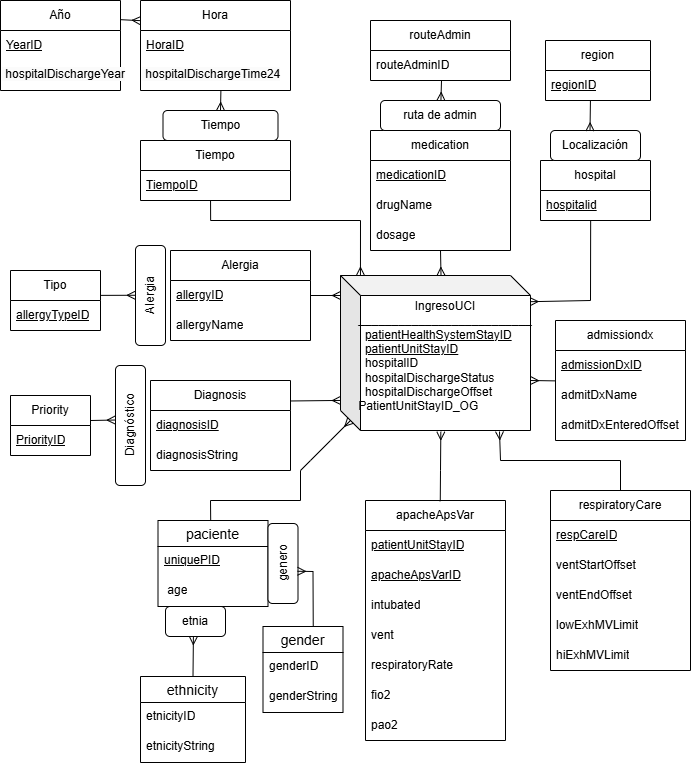
Above: Reporte_2/image/diagrama_correcicones.png in Diegodepab/almac-n_UCI_Sanitaria (draw.io), before the change. Source tidied: cells renumbered, new cells last; positions are measured from the earlier drawing's top-left corner, leaving out a move shared by most shapes.
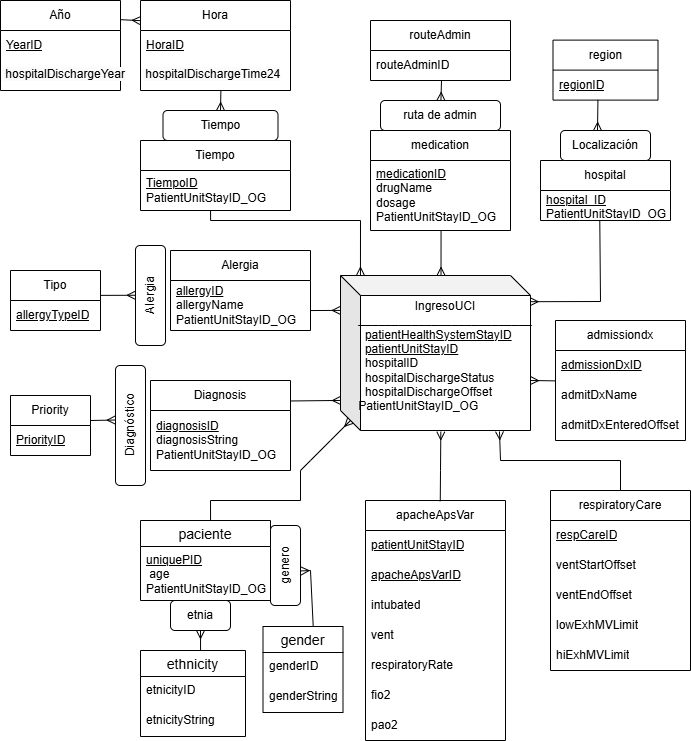
The same diagram one commit later.

Diff of the diagram source:
```diff
@@ -6,23 +6,17 @@
       <mxGeometry x="340" y="275" width="190" height="155" as="geometry" />
     </mxCell>
     <mxCell id="3" value="hospital" style="swimlane;fontStyle=0;horizontal=1;startSize=30;whiteSpace=wrap;html=1;" parent="1" vertex="1">
-      <mxGeometry x="540" y="160" width="110" height="60" as="geometry" />
+      <mxGeometry x="540" y="160" width="130" height="60" as="geometry" />
     </mxCell>
-    <mxCell id="4" value="&lt;u&gt;hospitalid&lt;/u&gt;" style="text;strokeColor=none;fillColor=none;align=left;verticalAlign=middle;spacingLeft=4;spacingRight=4;overflow=hidden;points=[[0,0.5],[1,0.5]];portConstraint=eastwest;whiteSpace=wrap;html=1;" parent="3" vertex="1">
-      <mxGeometry y="30" width="110" height="30" as="geometry" />
+    <mxCell id="4" value="&lt;u&gt;hospital_ID&lt;/u&gt;&lt;div&gt;&lt;div&gt;PatientUnitStayID_OG&lt;/div&gt;&lt;/div&gt;" style="text;strokeColor=none;fillColor=none;align=left;verticalAlign=middle;spacingLeft=4;spacingRight=4;overflow=hidden;points=[[0,0.5],[1,0.5]];portConstraint=eastwest;whiteSpace=wrap;html=1;" parent="3" vertex="1">
+      <mxGeometry y="30" width="130" height="30" as="geometry" />
     </mxCell>
     <mxCell id="5" value="medication" style="swimlane;fontStyle=0;horizontal=1;startSize=30;whiteSpace=wrap;html=1;" parent="1" vertex="1">
-      <mxGeometry x="370" y="130" width="140" height="120" as="geometry" />
+      <mxGeometry x="370" y="130" width="140" height="100" as="geometry" />
     </mxCell>
-    <mxCell id="6" value="&lt;u&gt;medicationID&lt;/u&gt;" style="text;strokeColor=none;fillColor=none;align=left;verticalAlign=middle;spacingLeft=4;spacingRight=4;overflow=hidden;points=[[0,0.5],[1,0.5]];portConstraint=eastwest;whiteSpace=wrap;html=1;" parent="5" vertex="1">
-      <mxGeometry y="30" width="140" height="30" as="geometry" />
+    <mxCell id="6" value="&lt;u&gt;medicationID&lt;/u&gt;&lt;div&gt;drugName&lt;div&gt;dosage&lt;div&gt;PatientUnitStayID_OG&lt;/div&gt;&lt;/div&gt;&lt;/div&gt;" style="text;strokeColor=none;fillColor=none;align=left;verticalAlign=middle;spacingLeft=4;spacingRight=4;overflow=hidden;points=[[0,0.5],[1,0.5]];portConstraint=eastwest;whiteSpace=wrap;html=1;" parent="5" vertex="1">
+      <mxGeometry y="30" width="140" height="70" as="geometry" />
     </mxCell>
-    <mxCell id="7" value="drugName" style="text;strokeColor=none;fillColor=none;align=left;verticalAlign=middle;spacingLeft=4;spacingRight=4;overflow=hidden;whiteSpace=wrap;html=1;" parent="5" vertex="1">
-      <mxGeometry y="60" width="140" height="30" as="geometry" />
-    </mxCell>
-    <mxCell id="8" value="dosage" style="text;strokeColor=none;fillColor=none;align=left;verticalAlign=middle;spacingLeft=4;spacingRight=4;overflow=hidden;points=[[0,0.5],[1,0.5]];portConstraint=eastwest;whiteSpace=wrap;html=1;" parent="5" vertex="1">
-      <mxGeometry y="90" width="140" height="30" as="geometry" />
-    </mxCell>
     <mxCell id="9" value="respiratoryCare" style="swimlane;fontStyle=0;horizontal=1;startSize=30;whiteSpace=wrap;html=1;" parent="1" vertex="1">
       <mxGeometry x="550" y="490" width="140" height="180" as="geometry" />
     </mxCell>
@@ -78,7 +72,7 @@
       <mxGeometry y="210" width="140" height="30" as="geometry" />
     </mxCell>
     <mxCell id="27" value="region" style="swimlane;fontStyle=0;horizontal=1;startSize=30;whiteSpace=wrap;html=1;" parent="1" vertex="1">
-      <mxGeometry x="545" y="40" width="105" height="60" as="geometry" />
+      <mxGeometry x="552.5" y="39.6" width="105" height="60" as="geometry" />
     </mxCell>
     <mxCell id="28" value="&lt;u&gt;regionID&lt;/u&gt;" style="text;strokeColor=none;fillColor=none;align=left;verticalAlign=middle;spacingLeft=4;spacingRight=4;overflow=hidden;points=[[0,0.5],[1,0.5]];portConstraint=eastwest;whiteSpace=wrap;html=1;" parent="27" vertex="1">
       <mxGeometry y="30" width="105" height="30" as="geometry" />
@@ -92,12 +86,9 @@
     <mxCell id="31" value="&lt;span style=&quot;text-align: left;&quot;&gt;Diagnosis&lt;/span&gt;" style="swimlane;fontStyle=0;horizontal=1;startSize=30;whiteSpace=wrap;html=1;" parent="1" vertex="1">
       <mxGeometry x="150" y="380" width="140" height="90" as="geometry" />
     </mxCell>
-    <mxCell id="32" value="&lt;u&gt;diagnosisID&lt;/u&gt;" style="text;strokeColor=none;fillColor=none;align=left;verticalAlign=middle;spacingLeft=4;spacingRight=4;overflow=hidden;whiteSpace=wrap;html=1;" parent="31" vertex="1">
-      <mxGeometry y="30" width="140" height="30" as="geometry" />
+    <mxCell id="32" value="&lt;u&gt;diagnosisID&lt;/u&gt;&lt;div&gt;diagnosisString&lt;div&gt;PatientUnitStayID_OG&lt;/div&gt;&lt;/div&gt;" style="text;strokeColor=none;fillColor=none;align=left;verticalAlign=middle;spacingLeft=4;spacingRight=4;overflow=hidden;whiteSpace=wrap;html=1;" parent="31" vertex="1">
+      <mxGeometry y="30" width="140" height="60" as="geometry" />
     </mxCell>
-    <mxCell id="33" value="diagnosisString" style="text;strokeColor=none;fillColor=none;align=left;verticalAlign=middle;spacingLeft=4;spacingRight=4;overflow=hidden;whiteSpace=wrap;html=1;" parent="31" vertex="1">
-      <mxGeometry y="60" width="140" height="30" as="geometry" />
-    </mxCell>
     <mxCell id="34" value="Tipo" style="swimlane;fontStyle=0;horizontal=1;startSize=30;whiteSpace=wrap;html=1;" parent="1" vertex="1">
       <mxGeometry x="10" y="270" width="90" height="60" as="geometry" />
     </mxCell>
@@ -105,14 +96,11 @@
       <mxGeometry y="30" width="90" height="30" as="geometry" />
     </mxCell>
     <mxCell id="36" value="Alergia" style="swimlane;fontStyle=0;horizontal=1;startSize=30;whiteSpace=wrap;html=1;" parent="1" vertex="1">
-      <mxGeometry x="170" y="250" width="140" height="90" as="geometry" />
+      <mxGeometry x="170" y="250" width="140" height="80" as="geometry" />
     </mxCell>
-    <mxCell id="37" value="&lt;u&gt;allergyID&lt;/u&gt;" style="text;strokeColor=none;fillColor=none;align=left;verticalAlign=middle;spacingLeft=4;spacingRight=4;overflow=hidden;points=[[0,0.5],[1,0.5]];portConstraint=eastwest;whiteSpace=wrap;html=1;" parent="36" vertex="1">
-      <mxGeometry y="30" width="140" height="30" as="geometry" />
+    <mxCell id="37" value="&lt;u&gt;allergyID&lt;/u&gt;&lt;div&gt;allergyName&lt;div&gt;PatientUnitStayID_OG&lt;/div&gt;&lt;/div&gt;" style="text;strokeColor=none;fillColor=none;align=left;verticalAlign=middle;spacingLeft=4;spacingRight=4;overflow=hidden;points=[[0,0.5],[1,0.5]];portConstraint=eastwest;whiteSpace=wrap;html=1;" parent="36" vertex="1">
+      <mxGeometry y="30" width="140" height="50" as="geometry" />
     </mxCell>
-    <mxCell id="38" value="allergyName" style="text;strokeColor=none;fillColor=none;align=left;verticalAlign=middle;spacingLeft=4;spacingRight=4;overflow=hidden;whiteSpace=wrap;html=1;" parent="36" vertex="1">
-      <mxGeometry y="60" width="140" height="30" as="geometry" />
-    </mxCell>
     <mxCell id="39" value="Año" style="swimlane;fontStyle=0;horizontal=1;startSize=30;whiteSpace=wrap;html=1;" parent="1" vertex="1">
       <mxGeometry width="120" height="90" as="geometry" />
     </mxCell>
@@ -132,16 +120,16 @@
       <mxGeometry x="380" y="100" width="120" height="30" as="geometry" />
     </mxCell>
     <mxCell id="45" value="Localización" style="rounded=1;whiteSpace=wrap;html=1;rotation=0;" parent="1" vertex="1">
-      <mxGeometry x="550" y="130" width="90" height="30" as="geometry" />
+      <mxGeometry x="560" y="130" width="90" height="30" as="geometry" />
     </mxCell>
     <mxCell id="46" value="Alergia" style="rounded=1;whiteSpace=wrap;html=1;rotation=-90;" parent="1" vertex="1">
       <mxGeometry x="100" y="280" width="100" height="30" as="geometry" />
     </mxCell>
     <mxCell id="47" value="Tiempo" style="swimlane;fontStyle=0;horizontal=1;startSize=30;whiteSpace=wrap;html=1;" parent="1" vertex="1">
-      <mxGeometry x="140" y="140" width="150" height="60" as="geometry" />
+      <mxGeometry x="140" y="140" width="150" height="70" as="geometry" />
     </mxCell>
-    <mxCell id="48" value="&lt;u&gt;TiempoID&lt;/u&gt;" style="text;strokeColor=none;fillColor=none;align=left;verticalAlign=middle;spacingLeft=4;spacingRight=4;overflow=hidden;points=[[0,0.5],[1,0.5]];portConstraint=eastwest;whiteSpace=wrap;html=1;" parent="47" vertex="1">
-      <mxGeometry y="30" width="150" height="30" as="geometry" />
+    <mxCell id="48" value="&lt;u&gt;TiempoID&lt;/u&gt;&lt;div&gt;&lt;div&gt;PatientUnitStayID_OG&lt;/div&gt;&lt;/div&gt;" style="text;strokeColor=none;fillColor=none;align=left;verticalAlign=middle;spacingLeft=4;spacingRight=4;overflow=hidden;points=[[0,0.5],[1,0.5]];portConstraint=eastwest;whiteSpace=wrap;html=1;" parent="47" vertex="1">
+      <mxGeometry y="30" width="150" height="40" as="geometry" />
     </mxCell>
     <mxCell id="49" style="fontSize=12;html=1;endArrow=ERmany;rounded=0;edgeStyle=orthogonalEdgeStyle;exitX=0.467;exitY=0.991;exitDx=0;exitDy=0;exitPerimeter=0;entryX=0.105;entryY=-0.001;entryDx=0;entryDy=0;entryPerimeter=0;" parent="1" edge="1" source="48" target="2">
       <mxGeometry relative="1" as="geometry">
@@ -175,7 +163,7 @@
         <mxPoint x="134.7" y="294.8" as="targetPoint" />
       </mxGeometry>
     </mxCell>
-    <mxCell id="57" style="fontSize=12;html=1;endArrow=ERmany;rounded=0;entryX=0;entryY=0.129;entryDx=0;entryDy=0;entryPerimeter=0;exitX=1;exitY=0.5;exitDx=0;exitDy=0;" parent="1" edge="1" source="37" target="2">
+    <mxCell id="57" style="fontSize=12;html=1;endArrow=ERmany;rounded=0;entryX=-0.001;entryY=0.225;entryDx=0;entryDy=0;entryPerimeter=0;exitX=1.001;exitY=0.601;exitDx=0;exitDy=0;exitPerimeter=0;" parent="1" edge="1" source="37" target="2">
       <mxGeometry relative="1" as="geometry" />
     </mxCell>
     <mxCell id="58" style="fontSize=12;html=1;endArrow=ERmany;rounded=0;entryX=0.61;entryY=-0.011;entryDx=0;entryDy=0;entryPerimeter=0;" parent="1" edge="1">
@@ -189,7 +177,7 @@
         <mxPoint x="290" y="400.5" as="sourcePoint" />
       </mxGeometry>
     </mxCell>
-    <mxCell id="60" style="fontSize=12;html=1;endArrow=ERmany;rounded=0;entryX=0;entryY=0;entryDx=10;entryDy=145;entryPerimeter=0;exitX=0.479;exitY=0;exitDx=0;exitDy=0;exitPerimeter=0;" parent="1" edge="1" source="76" target="2">
+    <mxCell id="60" style="fontSize=12;html=1;endArrow=ERmany;rounded=0;entryX=0;entryY=0;entryDx=10;entryDy=145;entryPerimeter=0;exitX=0.539;exitY=0.003;exitDx=0;exitDy=0;exitPerimeter=0;" parent="1" edge="1" source="76" target="2">
       <mxGeometry relative="1" as="geometry">
         <Array as="points">
           <mxPoint x="210" y="500" />
@@ -219,7 +207,7 @@
     <mxCell id="63" style="fontSize=12;html=1;endArrow=ERmany;rounded=0;entryX=-0.001;entryY=0.224;entryDx=0;entryDy=0;entryPerimeter=0;exitX=1.001;exitY=0.213;exitDx=0;exitDy=0;exitPerimeter=0;" parent="1" edge="1" source="39" target="53">
       <mxGeometry relative="1" as="geometry" />
     </mxCell>
-    <mxCell id="64" style="fontSize=12;html=1;endArrow=ERmany;rounded=0;exitX=0.5;exitY=0.991;exitDx=0;exitDy=0;exitPerimeter=0;entryX=0.529;entryY=0;entryDx=0;entryDy=0;entryPerimeter=0;" parent="1" edge="1" source="8" target="2">
+    <mxCell id="64" style="fontSize=12;html=1;endArrow=ERmany;rounded=0;exitX=0.504;exitY=1;exitDx=0;exitDy=0;exitPerimeter=0;entryX=0.529;entryY=0;entryDx=0;entryDy=0;entryPerimeter=0;" parent="1" edge="1" source="6" target="2">
       <mxGeometry relative="1" as="geometry" />
     </mxCell>
     <mxCell id="65" style="fontSize=12;html=1;endArrow=ERmany;rounded=0;" parent="1" edge="1" target="44">
@@ -230,15 +218,17 @@
     <mxCell id="66" style="fontSize=12;html=1;endArrow=ERmany;rounded=0;exitX=0.456;exitY=1.001;exitDx=0;exitDy=0;exitPerimeter=0;entryX=0.998;entryY=0.169;entryDx=0;entryDy=0;entryPerimeter=0;" parent="1" edge="1" source="4" target="2">
       <mxGeometry relative="1" as="geometry">
         <Array as="points">
-          <mxPoint x="590" y="300" />
+          <mxPoint x="600" y="301" />
         </Array>
       </mxGeometry>
     </mxCell>
-    <mxCell id="67" style="fontSize=12;html=1;endArrow=ERmany;rounded=0;exitX=0.428;exitY=0.992;exitDx=0;exitDy=0;exitPerimeter=0;entryX=0.439;entryY=0.013;entryDx=0;entryDy=0;entryPerimeter=0;" parent="1" edge="1" source="28" target="45">
-      <mxGeometry relative="1" as="geometry" />
+    <mxCell id="67" style="fontSize=12;html=1;endArrow=ERmany;rounded=0;exitX=0.428;exitY=0.992;exitDx=0;exitDy=0;exitPerimeter=0;entryX=0.439;entryY=0.013;entryDx=0;entryDy=0;entryPerimeter=0;" parent="1" edge="1" source="28">
+      <mxGeometry relative="1" as="geometry">
+        <mxPoint x="597" y="130" as="targetPoint" />
+      </mxGeometry>
     </mxCell>
     <mxCell id="68" value="ethnicity" style="swimlane;fontStyle=0;horizontal=1;startSize=26;align=center;fontSize=14;" parent="1" vertex="1">
-      <mxGeometry x="140" y="676" width="105" height="86" as="geometry" />
+      <mxGeometry x="140" y="650" width="105" height="86" as="geometry" />
     </mxCell>
     <mxCell id="69" value="etnicityID" style="text;strokeColor=none;fillColor=none;spacingLeft=4;spacingRight=4;overflow=hidden;fontSize=12;whiteSpace=wrap;html=1;" parent="68" vertex="1">
       <mxGeometry y="26" width="105" height="30" as="geometry" />
@@ -256,27 +246,24 @@
       <mxGeometry y="56" width="80" height="30" as="geometry" />
     </mxCell>
     <mxCell id="74" value="etnia" style="rounded=1;whiteSpace=wrap;html=1;rotation=0;" parent="1" vertex="1">
-      <mxGeometry x="165" y="606" width="60" height="30" as="geometry" />
+      <mxGeometry x="170" y="600" width="60" height="30" as="geometry" />
     </mxCell>
-    <mxCell id="75" style="fontSize=12;html=1;endArrow=ERmany;rounded=0;entryX=0.465;entryY=1;entryDx=0;entryDy=0;exitX=0.5;exitY=0;exitDx=0;exitDy=0;entryPerimeter=0;" parent="1" edge="1" source="68" target="74">
+    <mxCell id="75" style="fontSize=12;html=1;endArrow=ERmany;rounded=0;entryX=0.5;entryY=1;entryDx=0;entryDy=0;exitX=0.572;exitY=-0.005;exitDx=0;exitDy=0;exitPerimeter=0;" parent="1" edge="1" source="68" target="74">
       <mxGeometry relative="1" as="geometry" />
     </mxCell>
     <mxCell id="76" value="paciente" style="swimlane;fontStyle=0;horizontal=1;startSize=26;align=center;fontSize=14;" parent="1" vertex="1">
-      <mxGeometry x="157.5" y="520" width="110" height="86" as="geometry" />
+      <mxGeometry x="140" y="520" width="130" height="80" as="geometry" />
     </mxCell>
-    <mxCell id="77" value="&lt;u&gt;uniquePID&lt;/u&gt;" style="text;strokeColor=none;fillColor=none;spacingLeft=4;spacingRight=4;overflow=hidden;fontSize=12;whiteSpace=wrap;html=1;" parent="76" vertex="1">
-      <mxGeometry y="26" width="110" height="30" as="geometry" />
+    <mxCell id="77" value="&lt;u&gt;uniquePID&lt;/u&gt;&lt;div&gt;&amp;nbsp;age&lt;div&gt;PatientUnitStayID_OG&lt;/div&gt;&lt;/div&gt;&lt;div&gt;&lt;br&gt;&lt;/div&gt;" style="text;strokeColor=none;fillColor=none;spacingLeft=4;spacingRight=4;overflow=hidden;fontSize=12;whiteSpace=wrap;html=1;" parent="76" vertex="1">
+      <mxGeometry y="26" width="130" height="54" as="geometry" />
     </mxCell>
-    <mxCell id="78" value="&amp;nbsp;age" style="text;strokeColor=none;fillColor=none;spacingLeft=4;spacingRight=4;overflow=hidden;fontSize=12;whiteSpace=wrap;html=1;" parent="76" vertex="1">
-      <mxGeometry y="56" width="110" height="30" as="geometry" />
-    </mxCell>
     <mxCell id="79" value="genero" style="rounded=1;whiteSpace=wrap;html=1;rotation=-90;" parent="1" vertex="1">
-      <mxGeometry x="242.5" y="548" width="80" height="30" as="geometry" />
+      <mxGeometry x="245" y="550" width="80" height="30" as="geometry" />
     </mxCell>
-    <mxCell id="80" style="fontSize=12;html=1;endArrow=ERmany;rounded=0;entryX=0.403;entryY=0.983;entryDx=0;entryDy=0;entryPerimeter=0;exitX=0.628;exitY=0.005;exitDx=0;exitDy=0;exitPerimeter=0;" parent="1" edge="1" source="71" target="79">
+    <mxCell id="80" style="fontSize=12;html=1;endArrow=ERmany;rounded=0;entryX=0.432;entryY=1.019;entryDx=0;entryDy=0;entryPerimeter=0;exitX=0.628;exitY=0.005;exitDx=0;exitDy=0;exitPerimeter=0;" parent="1" edge="1" source="71" target="79">
       <mxGeometry relative="1" as="geometry">
         <Array as="points">
-          <mxPoint x="312.5" y="571" />
+          <mxPoint x="310" y="570" />
         </Array>
       </mxGeometry>
     </mxCell>
```
